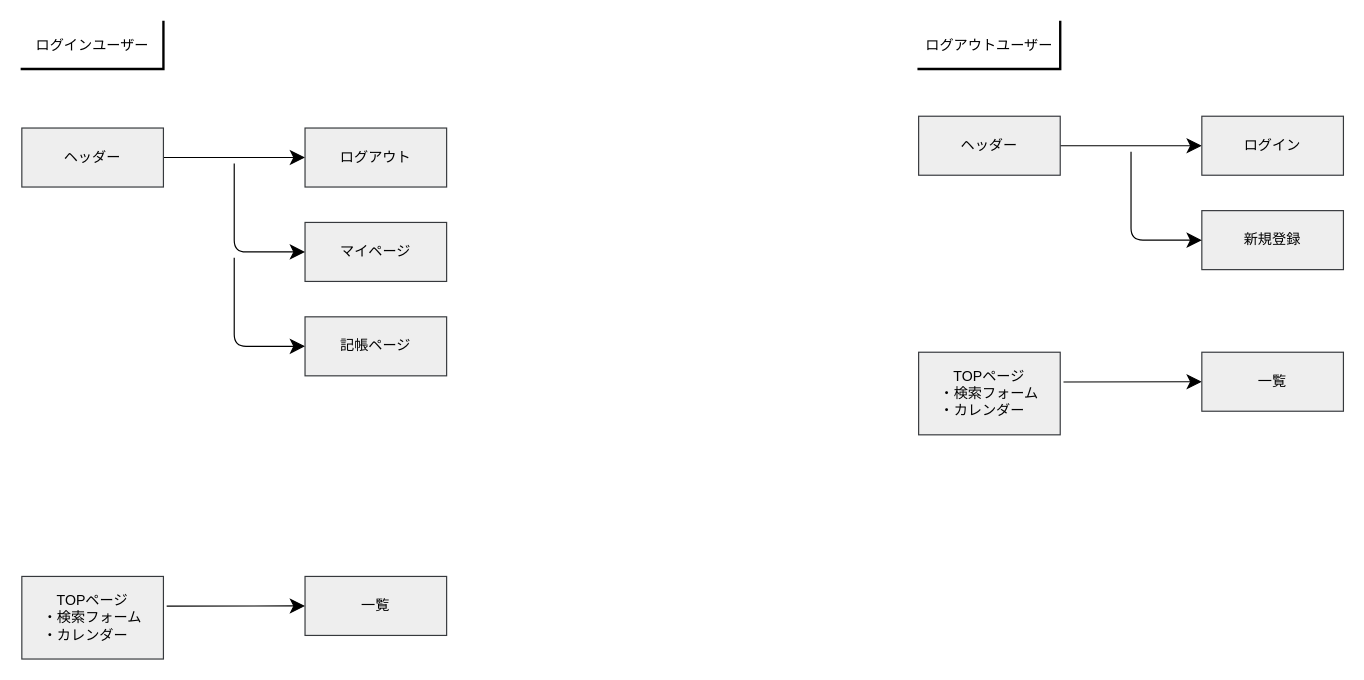
This is page "画面遷移図" (3 of 3) of moneyforest.dio from rikakohira/moneyforest, a draw.io file, before an edit. Source tidied: cells renumbered, new cells numbered last; positions are measured from the earlier drawing's top-left corner, leaving out a move shared by most shapes. Both pictures are drawn from the tidied source at 118%, with x=0, y=0 at pixel (21, 21).
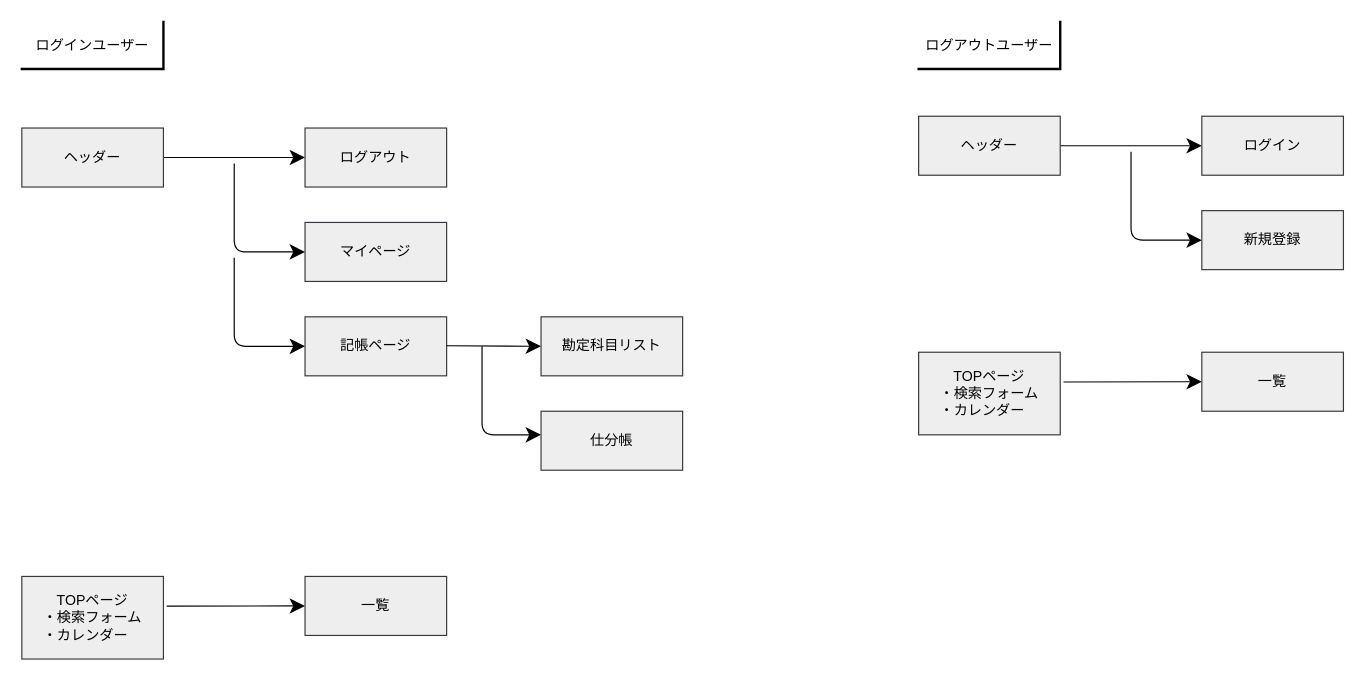
Above is the later version.

What changed in the source:
```diff
@@
+    <mxCell id="22" value="仕分帳" style="rounded=0;whiteSpace=wrap;html=1;strokeColor=#36393d;strokeWidth=1;fillColor=#eeeeee;fontColor=#000000;" parent="1" vertex="1">
+      <mxGeometry x="440" y="330" width="120" height="50" as="geometry" />
+    </mxCell>
+    <mxCell id="23" value="勘定科目リスト" style="rounded=0;whiteSpace=wrap;html=1;strokeColor=#36393d;strokeWidth=1;fillColor=#eeeeee;fontColor=#000000;" parent="1" vertex="1">
+      <mxGeometry x="440" y="250" width="120" height="50" as="geometry" />
+    </mxCell>
+    <mxCell id="24" style="edgeStyle=none;html=1;fontColor=#000000;startArrow=none;startFill=0;endArrow=classic;endFill=1;startSize=10;endSize=10;strokeColor=#000000;exitX=1;exitY=0.5;exitDx=0;exitDy=0;" parent="1" edge="1">
+      <mxGeometry relative="1" as="geometry">
+        <mxPoint x="360" y="274.5" as="sourcePoint" />
+        <mxPoint x="440" y="275" as="targetPoint" />
+      </mxGeometry>
+    </mxCell>
+    <mxCell id="25" style="endArrow=classic;html=1;fontColor=#000000;startSize=10;endSize=10;strokeColor=#000000;" parent="1" edge="1">
+      <mxGeometry relative="1" as="geometry">
+        <mxPoint x="390" y="275" as="sourcePoint" />
+        <mxPoint x="440" y="350" as="targetPoint" />
+        <Array as="points">
+          <mxPoint x="390" y="350" />
+        </Array>
+      </mxGeometry>
+    </mxCell>
```
